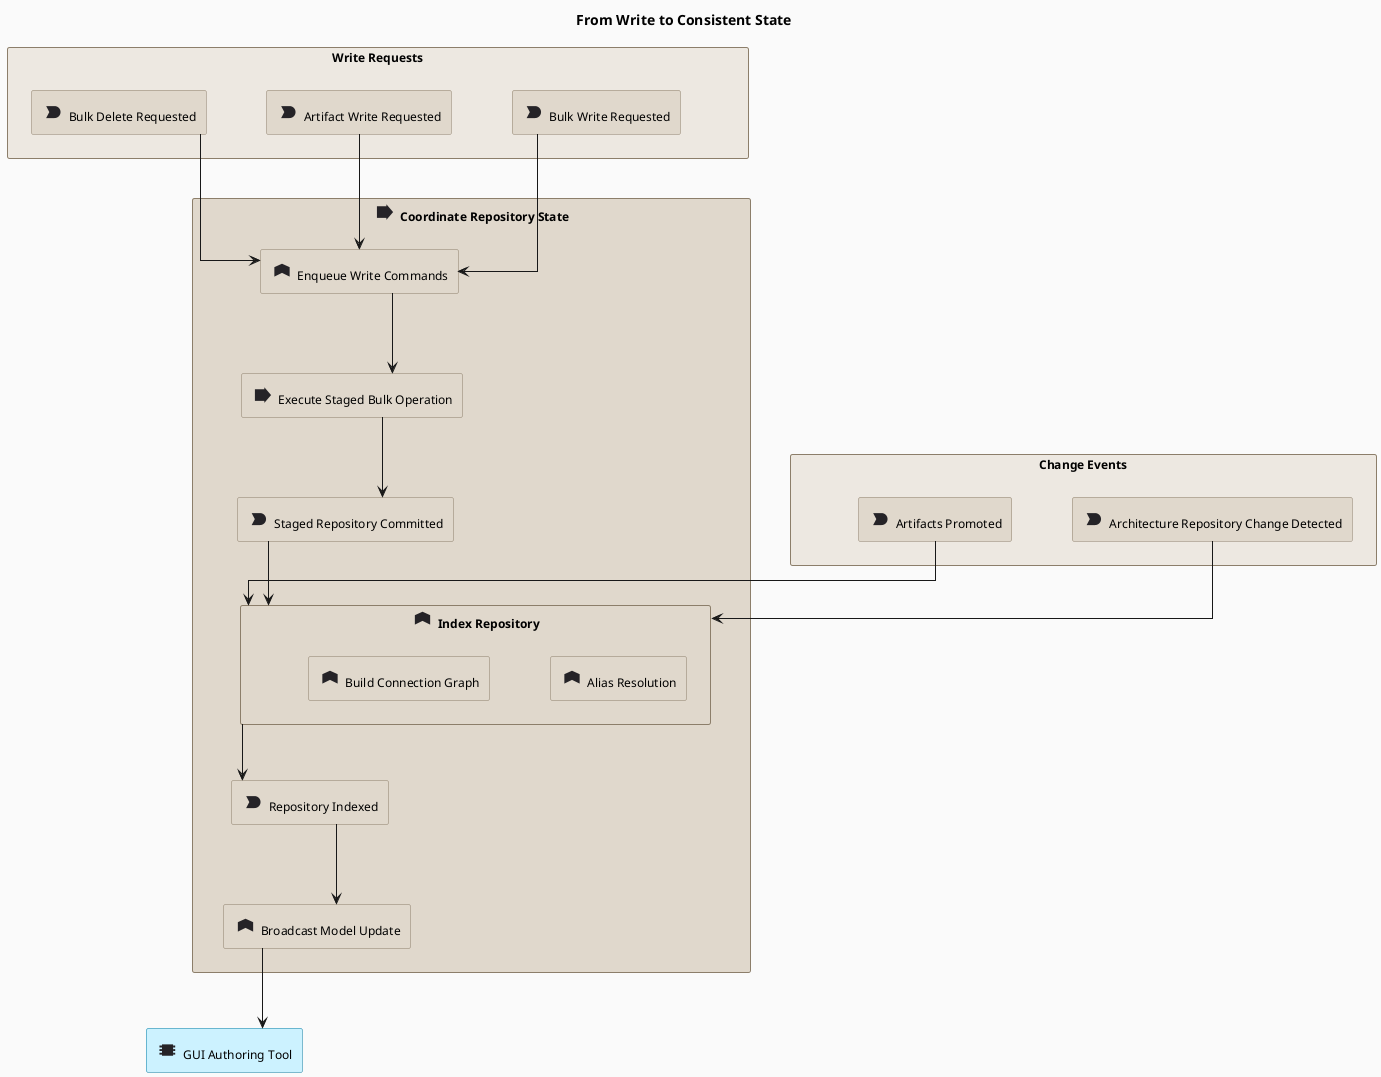
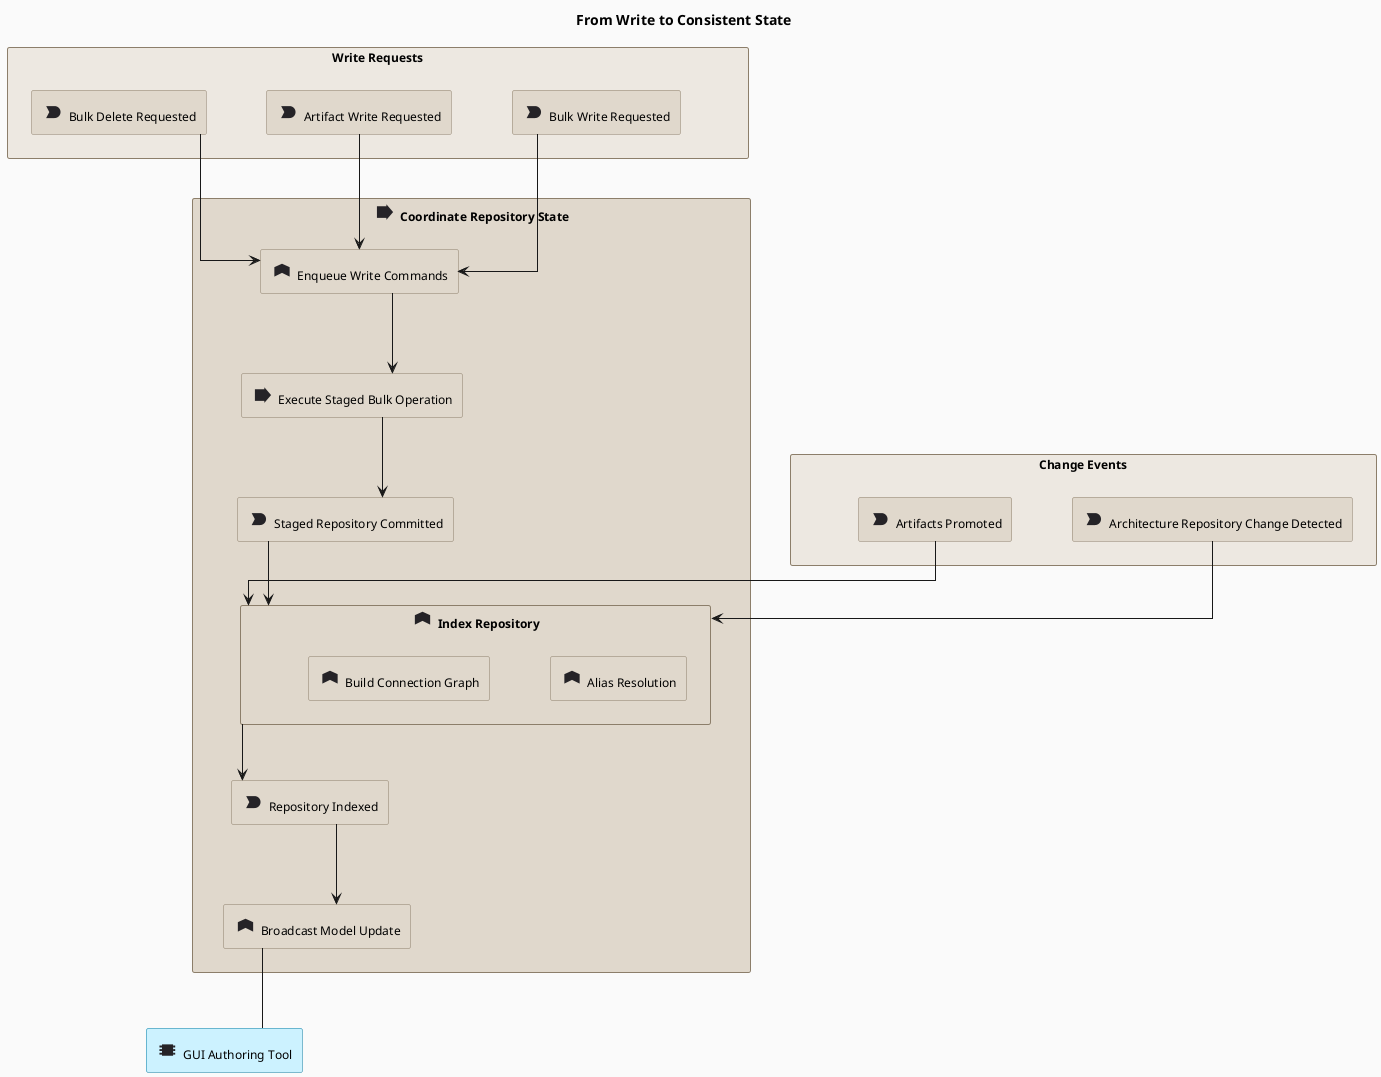
---
artifact-id: ARC@1777452513.R4UzcD.from-write-to-consistent-state
artifact-type: diagram
name: From Write to Consistent State
version: 0.1.0
status: draft
keywords:
- workflow
- write
- consistency
- indexing
- pipeline
- events
diagram-type: archimate-application
entity-ids-used:
- APP@1776149382.lmO0mp.gui-authoring-tool
- EVT@1777399929.BKj6NZ.staged-repository-committed
- EVT@1777390507.UCrh3V.architecture-repository-change-detected
- EVT@1776633084.b6XB2D.repository-indexed
- EVT@1777399928.diAYsj.bulk-write-requested
- EVT@1777390504.hDF1Qz.artifacts-promoted
- EVT@1777399929.m-E9P1.bulk-delete-requested
- EVT@1777390505.tTktu8.artifact-write-requested
- FNC@1777390460.3ZsfnT.broadcast-model-update
- FNC@1776637537.YD31f3.enqueue-write-commands
- FNC@1776633702.b3mOTJ.build-connection-graph
- FNC@1777390446.dxb6ru.index-repository
- PRC@1777399926.gtgYvQ.execute-staged-bulk-operation
- PRC@1777409610.wqtZ0P.coordinate-repository-state
connection-ids-used:
- EVT@1777390505.tTktu8.artifact-write-requested---FNC@1776637537.YD31f3.enqueue-write-commands@@archimate-triggering
- EVT@1777399928.diAYsj.bulk-write-requested---FNC@1776637537.YD31f3.enqueue-write-commands@@archimate-triggering
- EVT@1777399929.m-E9P1.bulk-delete-requested---FNC@1776637537.YD31f3.enqueue-write-commands@@archimate-triggering
- FNC@1776637537.YD31f3.enqueue-write-commands---PRC@1777399926.gtgYvQ.execute-staged-bulk-operation@@archimate-triggering
- PRC@1777399926.gtgYvQ.execute-staged-bulk-operation---EVT@1777399929.BKj6NZ.staged-repository-committed@@archimate-triggering
- EVT@1777399929.BKj6NZ.staged-repository-committed---FNC@1777390446.dxb6ru.index-repository@@archimate-triggering
- EVT@1777390504.hDF1Qz.artifacts-promoted---FNC@1777390446.dxb6ru.index-repository@@archimate-triggering
- EVT@1777390507.UCrh3V.architecture-repository-change-detected---FNC@1777390446.dxb6ru.index-repository@@archimate-triggering
- FNC@1777390446.dxb6ru.index-repository---EVT@1776633084.b6XB2D.repository-indexed@@archimate-triggering
- EVT@1776633084.b6XB2D.repository-indexed---FNC@1777390460.3ZsfnT.broadcast-model-update@@archimate-triggering
- - FNC@1777390460.3ZsfnT.broadcast-model-update---APP@1776149382.lmO0mp.gui-authoring-tool@@archimate-serving
+ - FNC@1777390460.3ZsfnT.broadcast-model-update---APP@1776149382.lmO0mp.gui-authoring-tool@@archimate-association
last-updated: '2026-06-06'
---
@startuml ARC@1777452513.R4UzcD.from-write-to-consistent-state
hide stereotype

skinparam defaultFontName "Helvetica Neue, Helvetica, Arial, sans-serif"
skinparam defaultFontSize 12
skinparam shadowing false
skinparam roundcorner 4
skinparam backgroundColor #FAFAFA

skinparam linetype ortho
skinparam nodesep 60
skinparam ranksep 80
!define Rel_Triggering(from, to, label) from --> to
!define Rel_Realization(from, to, label) from ..|> to
!define Rel_Realization_Up(from, to, label) from ..|> to
!define Rel_Serving(from, to, label) from --> to
!define Rel_Association(from, to, label) from -- to
!define Rel_Association_Left(from, to, label) from -- to
!define Rel_Association_Right(from, to, label) from -- to
!define Rel_Access(from, to, label) from ..> to
!define Rel_Influence(from, to, label) from ..> to
skinparam rectangle<<CommonGrouping>> {
  BackgroundColor #EDE8E1
  BorderColor #8C7E6A
}
skinparam rectangle<<application_component>> {
  BackgroundColor #CCF2FF
  BorderColor #0078A0
}
skinparam rectangle<<event>> {
  BackgroundColor #E0D8CC
  BorderColor #8C7E6A
}
skinparam rectangle<<function>> {
  BackgroundColor #E0D8CC
  BorderColor #8C7E6A
}
skinparam rectangle<<process>> {
  BackgroundColor #E0D8CC
  BorderColor #8C7E6A
}
sprite $archimate_application_component <svg xmlns="http://www.w3.org/2000/svg" viewBox="0 0 16 16"><path d="M4 4.2h7.4v7.6H4z"  fill="#252327" stroke="none"/><path d="M2.30 4.95h1.70v1.30H2.30z" fill="#252327"/><path d="M2.30 7.35h1.70v1.30H2.30z" fill="#252327"/><path d="M2.30 9.75h1.70v1.30H2.30z" fill="#252327"/><path d="M11.40 4.95h1.40v1.30H11.40z" fill="#252327"/><path d="M11.40 7.35h1.40v1.30H11.40z" fill="#252327"/><path d="M11.40 9.75h1.40v1.30H11.40z" fill="#252327"/></svg>
sprite $archimate_event <svg xmlns="http://www.w3.org/2000/svg" viewBox="0 0 16 16"><path d="M3.1 4h5.6a3.8 3.8 0 0 1 0 8H3.1l2.1-4z"  fill="#252327" stroke="none"/></svg>
sprite $archimate_function <svg xmlns="http://www.w3.org/2000/svg" viewBox="0 0 16 16"><path d="M2.9 11.7V5.4L8 3.1l5.1 2.3v6.3L8 9.2z"  fill="#252327" stroke="none"/></svg>
sprite $archimate_process <svg xmlns="http://www.w3.org/2000/svg" viewBox="0 0 16 16"><path d="M2.6 4.1h6.3V2.8l4.5 5.2-4.5 5.2v-1.3H2.6z"  fill="#252327" stroke="none"/></svg>
top to bottom direction

title From Write to Consistent State

rectangle "Write Requests" <<CommonGrouping>> as GRP_WRITE {
  rectangle "<$archimate_event{scale=1.5}> Artifact Write Requested" <<event>> as EVT_tTktu8
  rectangle "<$archimate_event{scale=1.5}> Bulk Write Requested" <<event>> as EVT_diAYsj
  rectangle "<$archimate_event{scale=1.5}> Bulk Delete Requested" <<event>> as EVT_m_E9P1
  EVT_tTktu8 -[hidden]right- EVT_diAYsj
  EVT_diAYsj -[hidden]right- EVT_m_E9P1
}

rectangle "Change Events" <<CommonGrouping>> as GRP_CHANGE {
  rectangle "<$archimate_event{scale=1.5}> Artifacts Promoted" <<event>> as EVT_hDF1Qz
  rectangle "<$archimate_event{scale=1.5}> Architecture Repository Change Detected" <<event>> as EVT_UCrh3V
  EVT_hDF1Qz -[hidden]right- EVT_UCrh3V
}

GRP_WRITE -[hidden]right- GRP_CHANGE

rectangle "<$archimate_process{scale=1.5}> Coordinate Repository State" <<process>> as PRC_wqtZ0P {
  rectangle "<$archimate_function{scale=1.5}> Enqueue Write Commands" <<function>> as FNC_YD31f3
  rectangle "<$archimate_process{scale=1.5}> Execute Staged Bulk Operation" <<process>> as PRC_gtgYvQ
  rectangle "<$archimate_event{scale=1.5}> Staged Repository Committed" <<event>> as EVT_BKj6NZ
  rectangle "<$archimate_function{scale=1.5}> Index Repository" <<function>> as FNC_dxb6ru {
    rectangle "<$archimate_function{scale=1.5}> Build Connection Graph" <<function>> as FNC_b3mOTJ
    rectangle "<$archimate_function{scale=1.5}> Alias Resolution" <<function>> as FNC_nJYA2
    FNC_b3mOTJ -[hidden]right- FNC_nJYA2
  }
  rectangle "<$archimate_event{scale=1.5}> Repository Indexed" <<event>> as EVT_b6XB2D
  rectangle "<$archimate_function{scale=1.5}> Broadcast Model Update" <<function>> as FNC_3ZsfnT
  FNC_YD31f3 -[hidden]down- PRC_gtgYvQ
  PRC_gtgYvQ -[hidden]down- EVT_BKj6NZ
  EVT_BKj6NZ -[hidden]down- FNC_dxb6ru
  FNC_dxb6ru -[hidden]down- EVT_b6XB2D
  EVT_b6XB2D -[hidden]down- FNC_3ZsfnT
}

rectangle "<$archimate_application_component{scale=1.5}> GUI Authoring Tool" <<application_component>> as APP_lmO0mp

GRP_WRITE -[hidden]down- PRC_wqtZ0P
PRC_wqtZ0P -[hidden]down- APP_lmO0mp

' Write request path
Rel_Triggering(EVT_tTktu8, FNC_YD31f3, "")
Rel_Triggering(EVT_diAYsj, FNC_YD31f3, "")
Rel_Triggering(EVT_m_E9P1, FNC_YD31f3, "")
Rel_Triggering(FNC_YD31f3, PRC_gtgYvQ, "")
Rel_Triggering(PRC_gtgYvQ, EVT_BKj6NZ, "")
Rel_Triggering(EVT_BKj6NZ, FNC_dxb6ru, "")

' Direct change path (skip enqueue, go straight to index)
Rel_Triggering(EVT_hDF1Qz, FNC_dxb6ru, "")
Rel_Triggering(EVT_UCrh3V, FNC_dxb6ru, "")

' Index and broadcast pipeline
Rel_Triggering(FNC_dxb6ru, EVT_b6XB2D, "")
Rel_Triggering(EVT_b6XB2D, FNC_3ZsfnT, "")
- Rel_Serving(FNC_3ZsfnT, APP_lmO0mp, "")
+ Rel_Association(FNC_3ZsfnT, APP_lmO0mp, "")

@enduml
